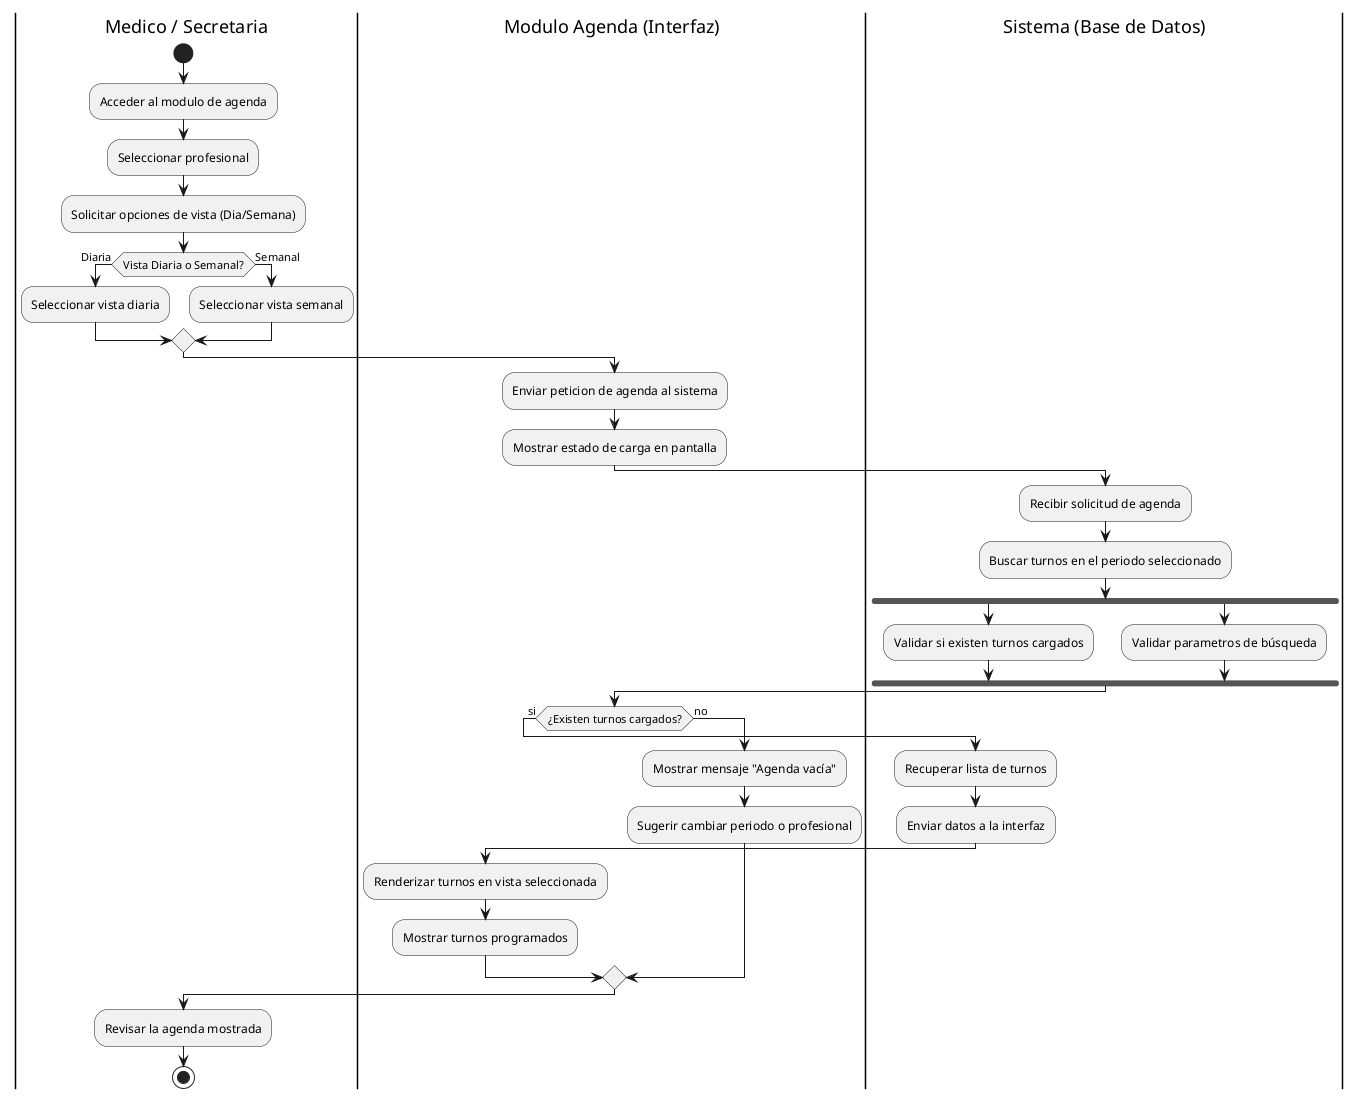
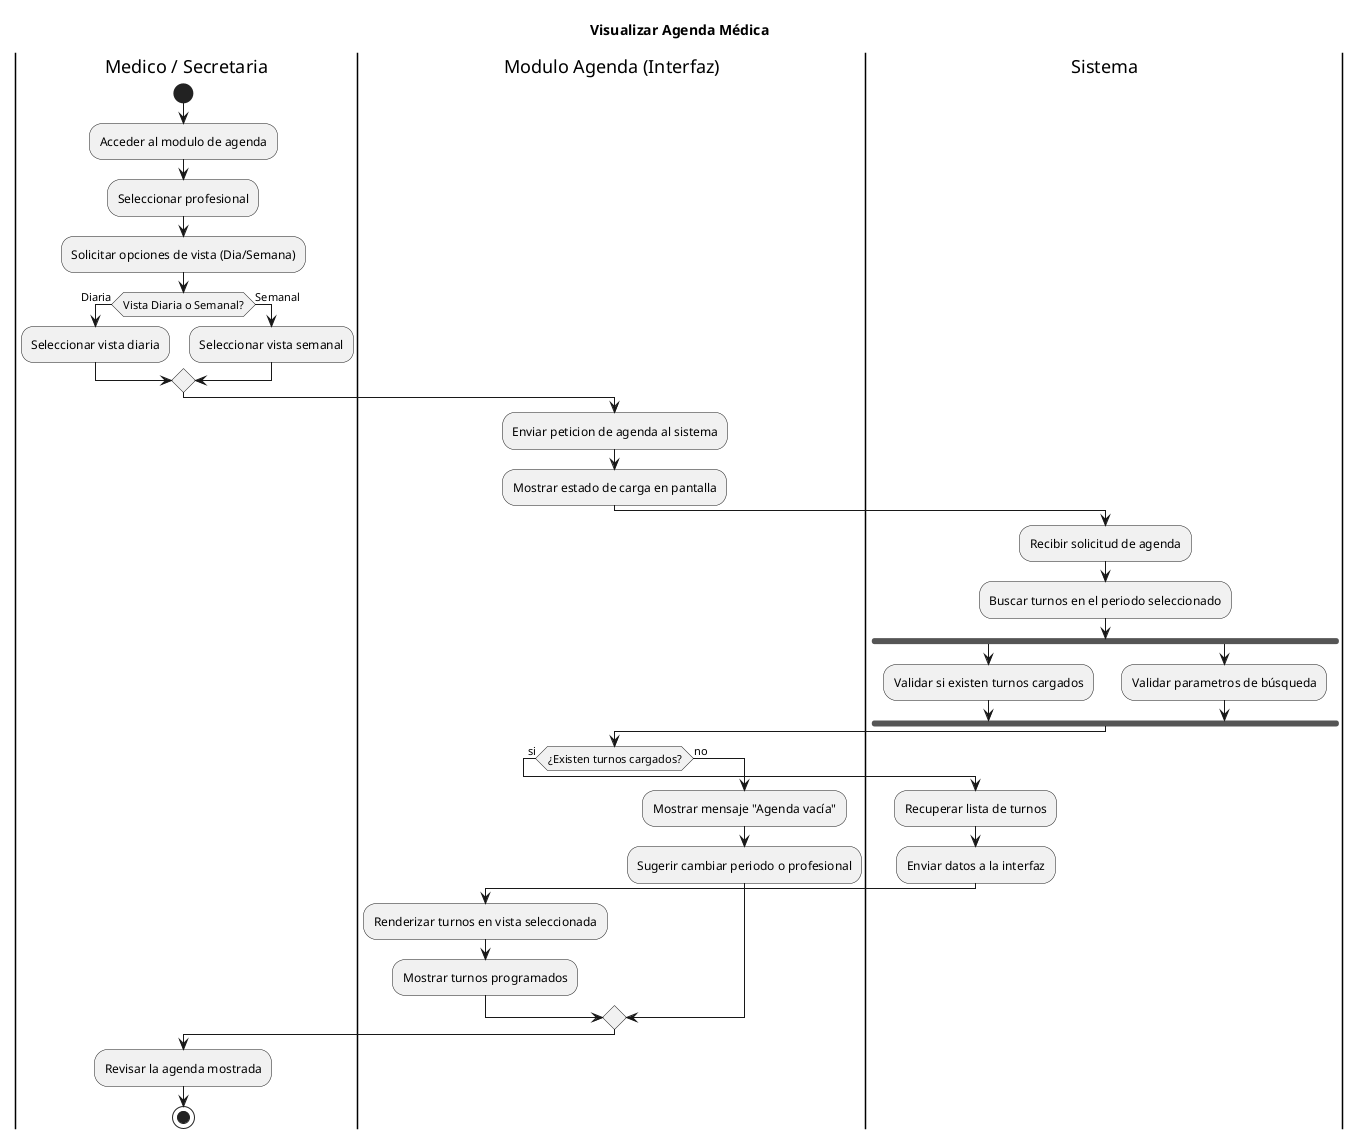
@startuml
+ title Visualizar Agenda Médica
|Medico / Secretaria|
start
:Acceder al modulo de agenda;
:Seleccionar profesional;
:Solicitar opciones de vista (Dia/Semana);
if (Vista Diaria o Semanal?) then (Diaria)
    :Seleccionar vista diaria;
else (Semanal)
    :Seleccionar vista semanal;
endif

|Modulo Agenda (Interfaz)|
:Enviar peticion de agenda al sistema;
:Mostrar estado de carga en pantalla;

- |Sistema (Base de Datos)|
+ |Sistema|
:Recibir solicitud de agenda;
:Buscar turnos en el periodo seleccionado;
fork
    :Validar si existen turnos cargados;
fork again
    :Validar parametros de búsqueda;
end fork

|Modulo Agenda (Interfaz)|
if (¿Existen turnos cargados?) then (si)
-     |Sistema (Base de Datos)|
+     |Sistema|
    :Recuperar lista de turnos;
    :Enviar datos a la interfaz;
    |Modulo Agenda (Interfaz)|
    :Renderizar turnos en vista seleccionada;
    :Mostrar turnos programados;
else (no)
    |Modulo Agenda (Interfaz)|
    :Mostrar mensaje "Agenda vacía";
    :Sugerir cambiar periodo o profesional;
endif

|Medico / Secretaria|
:Revisar la agenda mostrada;
stop
@enduml